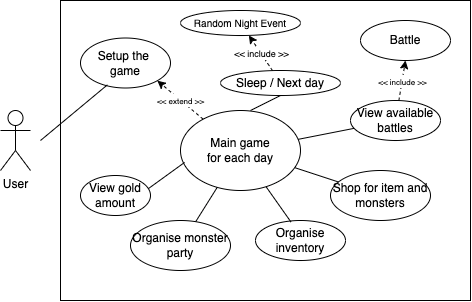
The draw.io diagram diagram/use-case.png in UC-SENG201-Group-40/MonsterFighter, before a commit. Source tidied: cells renumbered, new cells last; positions are measured from the earlier drawing's top-left corner, leaving out a move shared by most shapes. Source of this version:
```xml
<mxGraphModel background="#ffffff">
  <root>
    <mxCell id="0" />
    <mxCell id="1" parent="0" />
    <mxCell id="2" value="User" style="shape=umlActor;verticalLabelPosition=bottom;verticalAlign=top;html=1;" parent="1" vertex="1">
      <mxGeometry y="110" width="30" height="60" as="geometry" />
    </mxCell>
    <mxCell id="3" style="rounded=0;whiteSpace=wrap;html=1;" parent="1" vertex="1">
      <mxGeometry x="60" width="410" height="300" as="geometry" />
    </mxCell>
    <mxCell id="4" value="Setup the &lt;br&gt;game" style="ellipse;whiteSpace=wrap;html=1;" parent="1" vertex="1">
      <mxGeometry x="80" y="37.5" width="90" height="50" as="geometry" />
    </mxCell>
    <mxCell id="5" value="Main game&lt;br&gt;for each day" style="ellipse;whiteSpace=wrap;html=1;" parent="1" vertex="1">
      <mxGeometry x="180" y="110" width="120" height="80" as="geometry" />
    </mxCell>
    <mxCell id="6" value="View gold amount" style="ellipse;whiteSpace=wrap;html=1;" parent="1" vertex="1">
      <mxGeometry x="80" y="175" width="70" height="40" as="geometry" />
    </mxCell>
    <mxCell id="7" value="Organise monster party" style="ellipse;whiteSpace=wrap;html=1;" parent="1" vertex="1">
      <mxGeometry x="130" y="220" width="100" height="50" as="geometry" />
    </mxCell>
    <mxCell id="8" value="Organise inventory" style="ellipse;whiteSpace=wrap;html=1;" parent="1" vertex="1">
      <mxGeometry x="255" y="220" width="90" height="40" as="geometry" />
    </mxCell>
    <mxCell id="9" value="View available battles" style="ellipse;whiteSpace=wrap;html=1;" parent="1" vertex="1">
      <mxGeometry x="350" y="100" width="90" height="40" as="geometry" />
    </mxCell>
    <mxCell id="10" value="Shop for item and monsters" style="ellipse;whiteSpace=wrap;html=1;" parent="1" vertex="1">
      <mxGeometry x="330" y="170" width="100" height="50" as="geometry" />
    </mxCell>
    <mxCell id="11" value="Battle" style="ellipse;whiteSpace=wrap;html=1;" parent="1" vertex="1">
      <mxGeometry x="360" y="20" width="90" height="40" as="geometry" />
    </mxCell>
    <mxCell id="12" style="endArrow=none;html=1;rounded=0;entryX=0.969;entryY=0.329;entryDx=0;entryDy=0;entryPerimeter=0;exitX=0.034;exitY=0.649;exitDx=0;exitDy=0;exitPerimeter=0;" parent="1" edge="1" source="5" target="6">
      <mxGeometry relative="1" as="geometry" />
    </mxCell>
    <mxCell id="13" style="endArrow=none;html=1;rounded=0;" parent="1" edge="1" source="7" target="5">
      <mxGeometry relative="1" as="geometry" />
    </mxCell>
    <mxCell id="14" style="endArrow=none;html=1;rounded=0;entryX=0.394;entryY=0.037;entryDx=0;entryDy=0;entryPerimeter=0;" parent="1" edge="1" source="5" target="8">
      <mxGeometry relative="1" as="geometry" />
    </mxCell>
    <mxCell id="15" style="endArrow=none;html=1;rounded=0;" parent="1" edge="1" source="5" target="10">
      <mxGeometry relative="1" as="geometry" />
    </mxCell>
    <mxCell id="16" style="endArrow=none;html=1;rounded=0;" parent="1" edge="1" source="9" target="5">
      <mxGeometry relative="1" as="geometry" />
    </mxCell>
    <mxCell id="17" value="Sleep / Next day" style="ellipse;whiteSpace=wrap;html=1;" parent="1" vertex="1">
      <mxGeometry x="220" y="70" width="120" height="25" as="geometry" />
    </mxCell>
    <mxCell id="18" style="endArrow=none;html=1;rounded=0;exitX=0.5;exitY=1;exitDx=0;exitDy=0;" parent="1" edge="1" source="17">
      <mxGeometry relative="1" as="geometry">
        <mxPoint x="250" y="110" as="targetPoint" />
      </mxGeometry>
    </mxCell>
    <mxCell id="19" style="endArrow=classic;html=1;rounded=0;dashed=1;entryX=0.5;entryY=1;entryDx=0;entryDy=0;" parent="1" edge="1" source="9" target="11">
      <mxGeometry relative="1" as="geometry" />
    </mxCell>
    <mxCell id="20" value="&lt;font style=&quot;font-size: 8px&quot;&gt;&amp;lt;&amp;lt; include &amp;gt;&amp;gt;&lt;/font&gt;" style="edgeLabel;html=1;align=center;verticalAlign=middle;" parent="19" vertex="1">
      <mxGeometry relative="1" as="geometry" />
    </mxCell>
    <mxCell id="21" style="endArrow=classic;html=1;rounded=0;dashed=1;entryX=1;entryY=1;entryDx=0;entryDy=0;strokeWidth=1;" parent="1" edge="1" source="5" target="4">
      <mxGeometry relative="1" as="geometry" />
    </mxCell>
    <mxCell id="22" value="&lt;font style=&quot;font-size: 8px&quot;&gt;&amp;lt;&amp;lt; extend &amp;gt;&amp;gt;&lt;/font&gt;" style="edgeLabel;html=1;align=center;verticalAlign=middle;" parent="21" vertex="1">
      <mxGeometry relative="1" as="geometry" />
    </mxCell>
    <mxCell id="23" style="endArrow=none;html=1;rounded=0;fontSize=8;entryX=0.299;entryY=0.937;entryDx=0;entryDy=0;entryPerimeter=0;" parent="1" edge="1" target="4">
      <mxGeometry relative="1" as="geometry">
        <mxPoint x="40" y="140" as="sourcePoint" />
      </mxGeometry>
    </mxCell>
    <mxCell id="24" value="&lt;font style=&quot;font-size: 10px&quot;&gt;Random Night Event&lt;/font&gt;" style="ellipse;whiteSpace=wrap;html=1;" parent="1" vertex="1">
      <mxGeometry x="180" y="10" width="120" height="25" as="geometry" />
    </mxCell>
    <mxCell id="25" style="endArrow=classic;html=1;rounded=0;dashed=1;fontSize=10;strokeWidth=1;curved=1;" parent="1" edge="1" source="17" target="24">
      <mxGeometry relative="1" as="geometry" />
    </mxCell>
    <mxCell id="26" value="&lt;font style=&quot;font-size: 9px&quot;&gt;&amp;lt;&amp;lt; include &amp;gt;&amp;gt;&lt;/font&gt;" style="edgeLabel;html=1;align=center;verticalAlign=middle;fontSize=10;" parent="25" vertex="1">
      <mxGeometry relative="1" as="geometry" />
    </mxCell>
  </root>
</mxGraphModel>
```
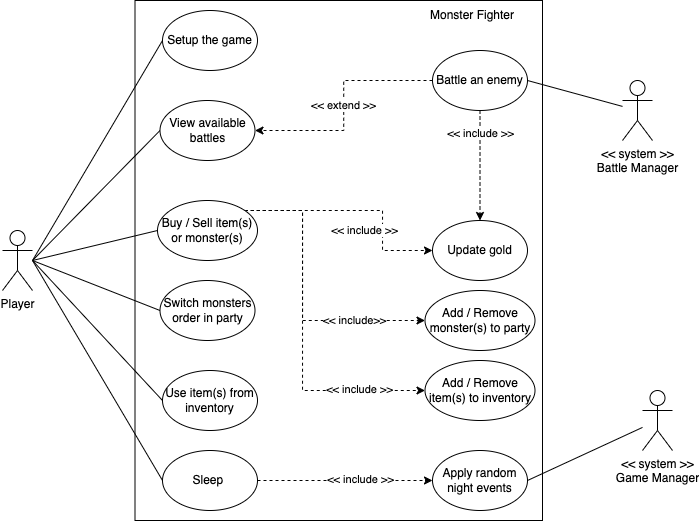
After the commit.

Commit message:
Fix: Update use case diagram to show actions and not flow

The edit, as a diff of the source:
```diff
@@ -2,84 +2,143 @@
   <root>
     <mxCell id="0" />
     <mxCell id="1" parent="0" />
-    <mxCell id="2" value="User" style="shape=umlActor;verticalLabelPosition=bottom;verticalAlign=top;html=1;" parent="1" vertex="1">
-      <mxGeometry y="110" width="30" height="60" as="geometry" />
-    </mxCell>
-    <mxCell id="3" style="rounded=0;whiteSpace=wrap;html=1;" parent="1" vertex="1">
-      <mxGeometry x="60" width="410" height="300" as="geometry" />
-    </mxCell>
+    <mxCell id="27" style="rounded=0;whiteSpace=wrap;html=1;" parent="1" vertex="1">
+      <mxGeometry x="142.5" y="60" width="407.5" height="520" as="geometry" />
+    </mxCell>
+    <mxCell id="28" style="rounded=0;jettySize=auto;html=1;entryX=0;entryY=0.5;entryDx=0;entryDy=0;startArrow=none;startFill=0;endArrow=none;endFill=0;" parent="1" edge="1" target="4">
+      <mxGeometry relative="1" as="geometry">
+        <mxPoint x="40" y="320" as="sourcePoint" />
+      </mxGeometry>
+    </mxCell>
+    <mxCell id="29" style="edgeStyle=none;rounded=0;jettySize=auto;html=1;entryX=0;entryY=0.5;entryDx=0;entryDy=0;startArrow=none;startFill=0;endArrow=none;endFill=0;" parent="1" edge="1" target="9">
+      <mxGeometry relative="1" as="geometry">
+        <mxPoint x="40" y="320" as="sourcePoint" />
+      </mxGeometry>
+    </mxCell>
+    <mxCell id="30" style="edgeStyle=none;rounded=0;jettySize=auto;html=1;entryX=0;entryY=0.5;entryDx=0;entryDy=0;startArrow=none;startFill=0;endArrow=none;endFill=0;" parent="1" edge="1" target="45">
+      <mxGeometry relative="1" as="geometry">
+        <mxPoint x="40" y="320" as="sourcePoint" />
+      </mxGeometry>
+    </mxCell>
+    <mxCell id="31" style="edgeStyle=none;rounded=0;jettySize=auto;html=1;entryX=0;entryY=0.5;entryDx=0;entryDy=0;startArrow=none;startFill=0;endArrow=none;endFill=0;" parent="1" edge="1" target="38">
+      <mxGeometry relative="1" as="geometry">
+        <mxPoint x="40" y="320" as="sourcePoint" />
+      </mxGeometry>
+    </mxCell>
+    <mxCell id="32" style="edgeStyle=none;rounded=0;jettySize=auto;html=1;entryX=0;entryY=0.5;entryDx=0;entryDy=0;startArrow=none;startFill=0;endArrow=none;endFill=0;" parent="1" edge="1" target="37">
+      <mxGeometry relative="1" as="geometry">
+        <mxPoint x="40" y="320" as="sourcePoint" />
+      </mxGeometry>
+    </mxCell>
+    <mxCell id="33" style="edgeStyle=none;rounded=0;jettySize=auto;html=1;entryX=0;entryY=0.5;entryDx=0;entryDy=0;startArrow=none;startFill=0;endArrow=none;endFill=0;" parent="1" edge="1" target="48">
+      <mxGeometry relative="1" as="geometry">
+        <mxPoint x="40" y="320" as="sourcePoint" />
+      </mxGeometry>
+    </mxCell>
+    <mxCell id="34" value="Player" style="shape=umlActor;verticalLabelPosition=bottom;verticalAlign=top;html=1;" parent="1" vertex="1">
+      <mxGeometry x="10" y="290" width="30" height="60" as="geometry" />
+    </mxCell>
-    <mxCell id="4" value="Setup the &lt;br&gt;game" style="ellipse;whiteSpace=wrap;html=1;" parent="1" vertex="1">
-      <mxGeometry x="80" y="37.5" width="90" height="50" as="geometry" />
+    <mxCell id="4" value="Setup the game" style="ellipse;whiteSpace=wrap;html=1;" parent="1" vertex="1">
+      <mxGeometry x="170" y="70" width="95" height="60" as="geometry" />
     </mxCell>
-    <mxCell id="5" value="Main game&lt;br&gt;for each day" style="ellipse;whiteSpace=wrap;html=1;" parent="1" vertex="1">
-      <mxGeometry x="180" y="110" width="120" height="80" as="geometry" />
-    </mxCell>
-    <mxCell id="6" value="View gold amount" style="ellipse;whiteSpace=wrap;html=1;" parent="1" vertex="1">
-      <mxGeometry x="80" y="175" width="70" height="40" as="geometry" />
-    </mxCell>
-    <mxCell id="7" value="Organise monster party" style="ellipse;whiteSpace=wrap;html=1;" parent="1" vertex="1">
-      <mxGeometry x="130" y="220" width="100" height="50" as="geometry" />
-    </mxCell>
-    <mxCell id="8" value="Organise inventory" style="ellipse;whiteSpace=wrap;html=1;" parent="1" vertex="1">
-      <mxGeometry x="255" y="220" width="90" height="40" as="geometry" />
-    </mxCell>
+    <mxCell id="22" value="&amp;lt;&amp;lt; extend &amp;gt;&amp;gt;" style="edgeStyle=orthogonalEdgeStyle;rounded=0;jettySize=auto;html=1;entryX=1;entryY=0.5;entryDx=0;entryDy=0;dashed=1;" parent="1" edge="1" source="36" target="9">
+      <mxGeometry relative="1" as="geometry" />
+    </mxCell>
+    <mxCell id="35" value="&amp;lt;&amp;lt; include &amp;gt;&amp;gt;" style="edgeStyle=orthogonalEdgeStyle;rounded=0;jettySize=auto;html=1;entryX=0.5;entryY=0;entryDx=0;entryDy=0;dashed=1;" parent="1" edge="1" source="36" target="51">
+      <mxGeometry x="-0.58" relative="1" as="geometry">
+        <Array as="points">
+          <mxPoint x="488" y="200" />
+          <mxPoint x="488" y="200" />
+        </Array>
+      </mxGeometry>
+    </mxCell>
+    <mxCell id="36" value="Battle an enemy" style="ellipse;whiteSpace=wrap;html=1;" parent="1" vertex="1">
+      <mxGeometry x="440" y="110" width="95" height="60" as="geometry" />
+    </mxCell>
+    <mxCell id="37" value="Use item(s) from inventory" style="ellipse;whiteSpace=wrap;html=1;" parent="1" vertex="1">
+      <mxGeometry x="170" y="430" width="95" height="60" as="geometry" />
+    </mxCell>
+    <mxCell id="38" value="Switch monsters order in party" style="ellipse;whiteSpace=wrap;html=1;" parent="1" vertex="1">
+      <mxGeometry x="167.5" y="340" width="95" height="60" as="geometry" />
+    </mxCell>
+    <mxCell id="39" style="edgeStyle=orthogonalEdgeStyle;rounded=0;jettySize=auto;html=1;dashed=1;" parent="1" edge="1" source="45" target="51">
+      <mxGeometry relative="1" as="geometry">
+        <Array as="points">
+          <mxPoint x="390" y="270" />
+          <mxPoint x="390" y="310" />
+        </Array>
+      </mxGeometry>
+    </mxCell>
+    <mxCell id="40" value="&amp;lt;&amp;lt; include &amp;gt;&amp;gt;" style="edgeLabel;html=1;align=center;verticalAlign=middle;" parent="39" vertex="1">
+      <mxGeometry x="-0.22" y="1" relative="1" as="geometry">
+        <mxPoint x="30" y="21" as="offset" />
+      </mxGeometry>
+    </mxCell>
+    <mxCell id="41" style="edgeStyle=orthogonalEdgeStyle;rounded=0;jettySize=auto;html=1;entryX=0;entryY=0.5;entryDx=0;entryDy=0;dashed=1;" parent="1" edge="1" source="45" target="49">
+      <mxGeometry relative="1" as="geometry">
+        <Array as="points">
+          <mxPoint x="310" y="270" />
+          <mxPoint x="310" y="380" />
+        </Array>
+      </mxGeometry>
+    </mxCell>
+    <mxCell id="42" value="&amp;lt;&amp;lt; include&amp;gt;&amp;gt;" style="edgeLabel;html=1;align=center;verticalAlign=middle;" parent="41" vertex="1">
+      <mxGeometry x="0.75" y="3" relative="1" as="geometry">
+        <mxPoint x="-34" y="3" as="offset" />
+      </mxGeometry>
+    </mxCell>
+    <mxCell id="43" style="edgeStyle=orthogonalEdgeStyle;rounded=0;jettySize=auto;html=1;entryX=0;entryY=0.5;entryDx=0;entryDy=0;dashed=1;" parent="1" edge="1" source="45" target="50">
+      <mxGeometry relative="1" as="geometry">
+        <Array as="points">
+          <mxPoint x="310" y="270" />
+          <mxPoint x="310" y="450" />
+        </Array>
+      </mxGeometry>
+    </mxCell>
+    <mxCell id="44" value="&amp;lt;&amp;lt; include &amp;gt;&amp;gt;" style="edgeLabel;html=1;align=center;verticalAlign=middle;" parent="43" vertex="1">
+      <mxGeometry x="0.63" y="1" relative="1" as="geometry" />
+    </mxCell>
+    <mxCell id="45" value="Buy / Sell item(s) or monster(s)" style="ellipse;whiteSpace=wrap;html=1;" parent="1" vertex="1">
+      <mxGeometry x="165" y="260" width="100" height="60" as="geometry" />
+    </mxCell>
+    <mxCell id="46" style="edgeStyle=orthogonalEdgeStyle;rounded=0;jettySize=auto;html=1;entryX=0;entryY=0.5;entryDx=0;entryDy=0;dashed=1;startArrow=none;startFill=0;endArrow=classic;endFill=1;" parent="1" edge="1" source="48" target="52">
+      <mxGeometry relative="1" as="geometry" />
+    </mxCell>
+    <mxCell id="47" value="&amp;lt;&amp;lt; include &amp;gt;&amp;gt;" style="edgeLabel;html=1;align=center;verticalAlign=middle;" parent="46" vertex="1">
+      <mxGeometry x="0.18" y="1" relative="1" as="geometry" />
+    </mxCell>
+    <mxCell id="48" value="Sleep&amp;nbsp;" style="ellipse;whiteSpace=wrap;html=1;" parent="1" vertex="1">
+      <mxGeometry x="170" y="510" width="95" height="60" as="geometry" />
+    </mxCell>
+    <mxCell id="49" value="Add / Remove monster(s) to party" style="ellipse;whiteSpace=wrap;html=1;" parent="1" vertex="1">
+      <mxGeometry x="432.5" y="350" width="110" height="60" as="geometry" />
+    </mxCell>
+    <mxCell id="50" value="Add / Remove item(s) to inventory" style="ellipse;whiteSpace=wrap;html=1;" parent="1" vertex="1">
+      <mxGeometry x="432.5" y="420" width="110" height="60" as="geometry" />
+    </mxCell>
+    <mxCell id="51" value="Update gold" style="ellipse;whiteSpace=wrap;html=1;" parent="1" vertex="1">
+      <mxGeometry x="440" y="280" width="95" height="60" as="geometry" />
+    </mxCell>
     <mxCell id="9" value="View available battles" style="ellipse;whiteSpace=wrap;html=1;" parent="1" vertex="1">
-      <mxGeometry x="350" y="100" width="90" height="40" as="geometry" />
+      <mxGeometry x="167.5" y="160" width="95" height="60" as="geometry" />
     </mxCell>
-    <mxCell id="10" value="Shop for item and monsters" style="ellipse;whiteSpace=wrap;html=1;" parent="1" vertex="1">
-      <mxGeometry x="330" y="170" width="100" height="50" as="geometry" />
-    </mxCell>
-    <mxCell id="11" value="Battle" style="ellipse;whiteSpace=wrap;html=1;" parent="1" vertex="1">
-      <mxGeometry x="360" y="20" width="90" height="40" as="geometry" />
-    </mxCell>
-    <mxCell id="12" style="endArrow=none;html=1;rounded=0;entryX=0.969;entryY=0.329;entryDx=0;entryDy=0;entryPerimeter=0;exitX=0.034;exitY=0.649;exitDx=0;exitDy=0;exitPerimeter=0;" parent="1" edge="1" source="5" target="6">
-      <mxGeometry relative="1" as="geometry" />
-    </mxCell>
-    <mxCell id="13" style="endArrow=none;html=1;rounded=0;" parent="1" edge="1" source="7" target="5">
-      <mxGeometry relative="1" as="geometry" />
-    </mxCell>
-    <mxCell id="14" style="endArrow=none;html=1;rounded=0;entryX=0.394;entryY=0.037;entryDx=0;entryDy=0;entryPerimeter=0;" parent="1" edge="1" source="5" target="8">
-      <mxGeometry relative="1" as="geometry" />
-    </mxCell>
-    <mxCell id="15" style="endArrow=none;html=1;rounded=0;" parent="1" edge="1" source="5" target="10">
-      <mxGeometry relative="1" as="geometry" />
-    </mxCell>
-    <mxCell id="16" style="endArrow=none;html=1;rounded=0;" parent="1" edge="1" source="9" target="5">
-      <mxGeometry relative="1" as="geometry" />
-    </mxCell>
-    <mxCell id="17" value="Sleep / Next day" style="ellipse;whiteSpace=wrap;html=1;" parent="1" vertex="1">
-      <mxGeometry x="220" y="70" width="120" height="25" as="geometry" />
-    </mxCell>
-    <mxCell id="18" style="endArrow=none;html=1;rounded=0;exitX=0.5;exitY=1;exitDx=0;exitDy=0;" parent="1" edge="1" source="17">
-      <mxGeometry relative="1" as="geometry">
-        <mxPoint x="250" y="110" as="targetPoint" />
-      </mxGeometry>
-    </mxCell>
-    <mxCell id="19" style="endArrow=classic;html=1;rounded=0;dashed=1;entryX=0.5;entryY=1;entryDx=0;entryDy=0;" parent="1" edge="1" source="9" target="11">
-      <mxGeometry relative="1" as="geometry" />
-    </mxCell>
-    <mxCell id="20" value="&lt;font style=&quot;font-size: 8px&quot;&gt;&amp;lt;&amp;lt; include &amp;gt;&amp;gt;&lt;/font&gt;" style="edgeLabel;html=1;align=center;verticalAlign=middle;" parent="19" vertex="1">
-      <mxGeometry relative="1" as="geometry" />
-    </mxCell>
-    <mxCell id="21" style="endArrow=classic;html=1;rounded=0;dashed=1;entryX=1;entryY=1;entryDx=0;entryDy=0;strokeWidth=1;" parent="1" edge="1" source="5" target="4">
-      <mxGeometry relative="1" as="geometry" />
-    </mxCell>
-    <mxCell id="22" value="&lt;font style=&quot;font-size: 8px&quot;&gt;&amp;lt;&amp;lt; extend &amp;gt;&amp;gt;&lt;/font&gt;" style="edgeLabel;html=1;align=center;verticalAlign=middle;" parent="21" vertex="1">
-      <mxGeometry relative="1" as="geometry" />
-    </mxCell>
-    <mxCell id="23" style="endArrow=none;html=1;rounded=0;fontSize=8;entryX=0.299;entryY=0.937;entryDx=0;entryDy=0;entryPerimeter=0;" parent="1" edge="1" target="4">
-      <mxGeometry relative="1" as="geometry">
-        <mxPoint x="40" y="140" as="sourcePoint" />
-      </mxGeometry>
-    </mxCell>
-    <mxCell id="24" value="&lt;font style=&quot;font-size: 10px&quot;&gt;Random Night Event&lt;/font&gt;" style="ellipse;whiteSpace=wrap;html=1;" parent="1" vertex="1">
-      <mxGeometry x="180" y="10" width="120" height="25" as="geometry" />
-    </mxCell>
-    <mxCell id="25" style="endArrow=classic;html=1;rounded=0;dashed=1;fontSize=10;strokeWidth=1;curved=1;" parent="1" edge="1" source="17" target="24">
-      <mxGeometry relative="1" as="geometry" />
-    </mxCell>
-    <mxCell id="26" value="&lt;font style=&quot;font-size: 9px&quot;&gt;&amp;lt;&amp;lt; include &amp;gt;&amp;gt;&lt;/font&gt;" style="edgeLabel;html=1;align=center;verticalAlign=middle;fontSize=10;" parent="25" vertex="1">
-      <mxGeometry relative="1" as="geometry" />
-    </mxCell>
+    <mxCell id="52" value="Apply random night events" style="ellipse;whiteSpace=wrap;html=1;" parent="1" vertex="1">
+      <mxGeometry x="440" y="510" width="95" height="60" as="geometry" />
+    </mxCell>
+    <mxCell id="53" style="edgeStyle=none;rounded=0;jettySize=auto;html=1;entryX=1;entryY=0.5;entryDx=0;entryDy=0;startArrow=none;startFill=0;endArrow=none;endFill=0;" parent="1" edge="1" source="54" target="52">
+      <mxGeometry relative="1" as="geometry" />
+    </mxCell>
+    <mxCell id="54" value="&amp;lt;&amp;lt; system &amp;gt;&amp;gt;&lt;br&gt;Game Manager" style="shape=umlActor;verticalLabelPosition=bottom;verticalAlign=top;html=1;outlineConnect=0;" parent="1" vertex="1">
+      <mxGeometry x="650" y="450" width="30" height="60" as="geometry" />
+    </mxCell>
+    <mxCell id="55" style="edgeStyle=none;rounded=0;jettySize=auto;html=1;entryX=1;entryY=0.5;entryDx=0;entryDy=0;startArrow=none;startFill=0;endArrow=none;endFill=0;" parent="1" edge="1" source="56" target="36">
+      <mxGeometry relative="1" as="geometry" />
+    </mxCell>
+    <mxCell id="56" value="&amp;lt;&amp;lt; system &amp;gt;&amp;gt;&lt;br&gt;Battle Manager" style="shape=umlActor;verticalLabelPosition=bottom;verticalAlign=top;html=1;outlineConnect=0;" parent="1" vertex="1">
+      <mxGeometry x="630" y="140" width="30" height="60" as="geometry" />
+    </mxCell>
+    <mxCell id="57" value="Monster Fighter" style="text;html=1;strokeColor=none;fillColor=none;align=center;verticalAlign=middle;whiteSpace=wrap;rounded=0;" parent="1" vertex="1">
+      <mxGeometry x="410" y="60" width="140" height="30" as="geometry" />
+    </mxCell>
   </root>
 </mxGraphModel>
```
